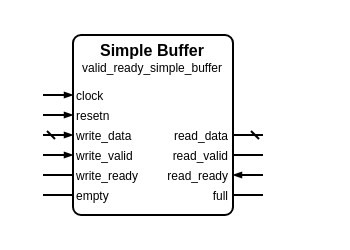
Before: example/simple_buffer.drawio in Louis-DR/SiliconSuite-SymbolGenerator, a draw.io diagram. Source tidied: cells renumbered, new cells numbered last; positions are measured from the earlier drawing's top-left corner, leaving out a move shared by most shapes. Both pictures are drawn from the tidied source at 200%, with x=0, y=0 at pixel (42, 34).
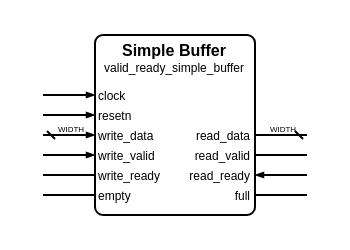
After the change.

Diff of the diagram source:
```diff
@@
     <mxCell id="2" style="group;" parent="1" vertex="1">
-      <mxGeometry width="110" height="90" as="geometry" />
+      <mxGeometry width="132" height="90" as="geometry" />
     </mxCell>
     <mxCell id="3" style="rounded=1;arcSize=5;fillColor=white;strokeWidth=1;strokeColor=black;whiteSpace=wrap;html=1;" parent="2" vertex="1">
-      <mxGeometry x="15" width="80" height="90" as="geometry" />
+      <mxGeometry x="26" width="80" height="90" as="geometry" />
     </mxCell>
     <mxCell id="4" value="Simple Buffer" style="text;html=1;align=center;verticalAlign=middle;whiteSpace=wrap;rounded=0;fontSize=8;fontStyle=1;fontColor=black;" parent="2" vertex="1">
-      <mxGeometry x="15" y="7" width="80" as="geometry" />
+      <mxGeometry x="26" y="7" width="80" as="geometry" />
     </mxCell>
     <mxCell id="5" value="valid_ready_simple_buffer" style="text;html=1;align=center;verticalAlign=middle;whiteSpace=wrap;rounded=0;fontSize=6;fontStyle=0;fontColor=black;" parent="2" vertex="1">
-      <mxGeometry x="15" y="16" width="80" as="geometry" />
+      <mxGeometry x="26" y="16" width="80" as="geometry" />
     </mxCell>
     <mxCell id="6" value="clock" style="text;html=1;align=left;verticalAlign=middle;whiteSpace=wrap;rounded=0;fontSize=6;fontStyle=0;fontColor=black;" parent="2" vertex="1">
-      <mxGeometry x="15" y="30" width="80" as="geometry" />
+      <mxGeometry x="26" y="30" width="80" as="geometry" />
     </mxCell>
     <mxCell id="7" style="html=1;rounded=1;strokeWidth=1;strokeColor=black;startFill=0;startSize=2;startArrow=none;endFill=1;endSize=2;endArrow=blockThin;sourcePerimeterSpacing=0;" parent="2" edge="1">
       <mxGeometry relative="1" as="geometry">
         <mxPoint y="30" as="sourcePoint" />
-        <mxPoint x="15" y="30" as="targetPoint" />
+        <mxPoint x="26" y="30" as="targetPoint" />
       </mxGeometry>
     </mxCell>
     <mxCell id="8" value="resetn" style="text;html=1;align=left;verticalAlign=middle;whiteSpace=wrap;rounded=0;fontSize=6;fontStyle=0;fontColor=black;" parent="2" vertex="1">
-      <mxGeometry x="15" y="40" width="80" as="geometry" />
+      <mxGeometry x="26" y="40" width="80" as="geometry" />
     </mxCell>
     <mxCell id="9" style="html=1;rounded=1;strokeWidth=1;strokeColor=black;startFill=0;startSize=2;startArrow=none;endFill=1;endSize=2;endArrow=blockThin;sourcePerimeterSpacing=0;" parent="2" edge="1">
       <mxGeometry relative="1" as="geometry">
         <mxPoint y="40" as="sourcePoint" />
-        <mxPoint x="15" y="40" as="targetPoint" />
+        <mxPoint x="26" y="40" as="targetPoint" />
       </mxGeometry>
     </mxCell>
     <mxCell id="10" value="write_data" style="text;html=1;align=left;verticalAlign=middle;whiteSpace=wrap;rounded=0;fontSize=6;fontStyle=0;fontColor=black;" parent="2" vertex="1">
-      <mxGeometry x="15" y="50" width="80" as="geometry" />
+      <mxGeometry x="26" y="50" width="80" as="geometry" />
     </mxCell>
     <mxCell id="11" style="html=1;rounded=1;strokeWidth=1;strokeColor=black;startFill=0;startSize=2;startArrow=dash;endFill=1;endSize=2;endArrow=blockThin;sourcePerimeterSpacing=0;" parent="2" edge="1">
       <mxGeometry relative="1" as="geometry">
         <mxPoint y="50" as="sourcePoint" />
-        <mxPoint x="15" y="50" as="targetPoint" />
+        <mxPoint x="26" y="50" as="targetPoint" />
       </mxGeometry>
     </mxCell>
+    <mxCell id="26" value="WIDTH" style="text;html=1;align=center;verticalAlign=middle;whiteSpace=nowrap;rounded=0;fontSize=4;fontStyle=0;fontColor=black;" parent="2" vertex="1">
+      <mxGeometry x="13" y="47" as="geometry" />
+    </mxCell>
     <mxCell id="12" value="read_data" style="text;html=1;align=right;verticalAlign=middle;whiteSpace=wrap;rounded=0;fontSize=6;fontStyle=0;fontColor=black;" parent="2" vertex="1">
-      <mxGeometry x="15" y="50" width="80" as="geometry" />
+      <mxGeometry x="26" y="50" width="80" as="geometry" />
     </mxCell>
     <mxCell id="13" style="html=1;rounded=1;strokeWidth=1;strokeColor=black;startFill=0;startSize=2;startArrow=dash;endFill=1;endSize=2;endArrow=none;sourcePerimeterSpacing=0;" parent="2" edge="1">
       <mxGeometry relative="1" as="geometry">
-        <mxPoint x="110" y="50" as="sourcePoint" />
-        <mxPoint x="95" y="50" as="targetPoint" />
+        <mxPoint x="132" y="50" as="sourcePoint" />
+        <mxPoint x="106" y="50" as="targetPoint" />
       </mxGeometry>
     </mxCell>
+    <mxCell id="27" value="WIDTH" style="text;html=1;align=center;verticalAlign=middle;whiteSpace=nowrap;rounded=0;fontSize=4;fontStyle=0;fontColor=black;" parent="2" vertex="1">
+      <mxGeometry x="119" y="47" as="geometry" />
+    </mxCell>
     <mxCell id="14" value="write_valid" style="text;html=1;align=left;verticalAlign=middle;whiteSpace=wrap;rounded=0;fontSize=6;fontStyle=0;fontColor=black;" parent="2" vertex="1">
-      <mxGeometry x="15" y="60" width="80" as="geometry" />
+      <mxGeometry x="26" y="60" width="80" as="geometry" />
     </mxCell>
     <mxCell id="15" style="html=1;rounded=1;strokeWidth=1;strokeColor=black;startFill=0;startSize=2;startArrow=none;endFill=1;endSize=2;endArrow=blockThin;sourcePerimeterSpacing=0;" parent="2" edge="1">
       <mxGeometry relative="1" as="geometry">
         <mxPoint y="60" as="sourcePoint" />
-        <mxPoint x="15" y="60" as="targetPoint" />
+        <mxPoint x="26" y="60" as="targetPoint" />
       </mxGeometry>
     </mxCell>
     <mxCell id="16" value="read_valid" style="text;html=1;align=right;verticalAlign=middle;whiteSpace=wrap;rounded=0;fontSize=6;fontStyle=0;fontColor=black;" parent="2" vertex="1">
-      <mxGeometry x="15" y="60" width="80" as="geometry" />
+      <mxGeometry x="26" y="60" width="80" as="geometry" />
     </mxCell>
     <mxCell id="17" style="html=1;rounded=1;strokeWidth=1;strokeColor=black;startFill=0;startSize=2;startArrow=none;endFill=1;endSize=2;endArrow=none;sourcePerimeterSpacing=0;" parent="2" edge="1">
       <mxGeometry relative="1" as="geometry">
-        <mxPoint x="110" y="60" as="sourcePoint" />
-        <mxPoint x="95" y="60" as="targetPoint" />
+        <mxPoint x="132" y="60" as="sourcePoint" />
+        <mxPoint x="106" y="60" as="targetPoint" />
       </mxGeometry>
     </mxCell>
     <mxCell id="18" value="write_ready" style="text;html=1;align=left;verticalAlign=middle;whiteSpace=wrap;rounded=0;fontSize=6;fontStyle=0;fontColor=black;" parent="2" vertex="1">
-      <mxGeometry x="15" y="70" width="80" as="geometry" />
+      <mxGeometry x="26" y="70" width="80" as="geometry" />
     </mxCell>
     <mxCell id="19" style="html=1;rounded=1;strokeWidth=1;strokeColor=black;startFill=0;startSize=2;startArrow=none;endFill=1;endSize=2;endArrow=none;sourcePerimeterSpacing=0;" parent="2" edge="1">
       <mxGeometry relative="1" as="geometry">
         <mxPoint y="70" as="sourcePoint" />
-        <mxPoint x="15" y="70" as="targetPoint" />
+        <mxPoint x="26" y="70" as="targetPoint" />
       </mxGeometry>
     </mxCell>
     <mxCell id="20" value="read_ready" style="text;html=1;align=right;verticalAlign=middle;whiteSpace=wrap;rounded=0;fontSize=6;fontStyle=0;fontColor=black;" parent="2" vertex="1">
-      <mxGeometry x="15" y="70" width="80" as="geometry" />
+      <mxGeometry x="26" y="70" width="80" as="geometry" />
     </mxCell>
     <mxCell id="21" style="html=1;rounded=1;strokeWidth=1;strokeColor=black;startFill=0;startSize=2;startArrow=none;endFill=1;endSize=2;endArrow=blockThin;sourcePerimeterSpacing=0;" parent="2" edge="1">
       <mxGeometry relative="1" as="geometry">
-        <mxPoint x="110" y="70" as="sourcePoint" />
-        <mxPoint x="95" y="70" as="targetPoint" />
+        <mxPoint x="132" y="70" as="sourcePoint" />
+        <mxPoint x="106" y="70" as="targetPoint" />
       </mxGeometry>
     </mxCell>
     <mxCell id="22" value="empty" style="text;html=1;align=left;verticalAlign=middle;whiteSpace=wrap;rounded=0;fontSize=6;fontStyle=0;fontColor=black;" parent="2" vertex="1">
-      <mxGeometry x="15" y="80" width="80" as="geometry" />
+      <mxGeometry x="26" y="80" width="80" as="geometry" />
     </mxCell>
     <mxCell id="23" style="html=1;rounded=1;strokeWidth=1;strokeColor=black;startFill=0;startSize=2;startArrow=none;endFill=1;endSize=2;endArrow=none;sourcePerimeterSpacing=0;" parent="2" edge="1">
       <mxGeometry relative="1" as="geometry">
         <mxPoint y="80" as="sourcePoint" />
-        <mxPoint x="15" y="80" as="targetPoint" />
+        <mxPoint x="26" y="80" as="targetPoint" />
       </mxGeometry>
     </mxCell>
     <mxCell id="24" value="full" style="text;html=1;align=right;verticalAlign=middle;whiteSpace=wrap;rounded=0;fontSize=6;fontStyle=0;fontColor=black;" parent="2" vertex="1">
-      <mxGeometry x="15" y="80" width="80" as="geometry" />
+      <mxGeometry x="26" y="80" width="80" as="geometry" />
     </mxCell>
     <mxCell id="25" style="html=1;rounded=1;strokeWidth=1;strokeColor=black;startFill=0;startSize=2;startArrow=none;endFill=1;endSize=2;endArrow=none;sourcePerimeterSpacing=0;" parent="2" edge="1">
       <mxGeometry relative="1" as="geometry">
-        <mxPoint x="110" y="80" as="sourcePoint" />
-        <mxPoint x="95" y="80" as="targetPoint" />
+        <mxPoint x="132" y="80" as="sourcePoint" />
+        <mxPoint x="106" y="80" as="targetPoint" />
       </mxGeometry>
     </mxCell>
```
